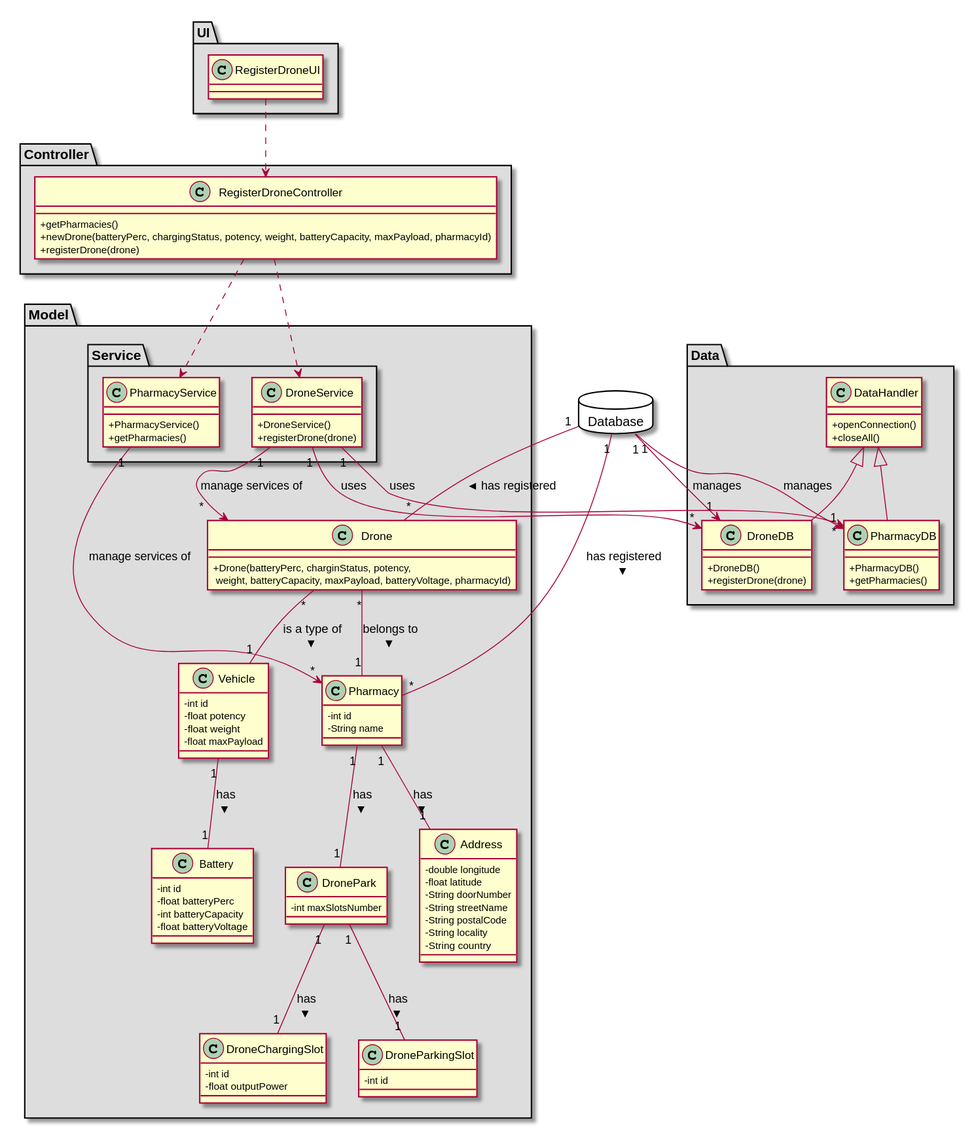
Before: docs/Iteration 2/Drone Management/US193_RegisterDrone/US193_CD.svg, a diagram exported from PlantUML (tiagoavcosta25/LAPR3).
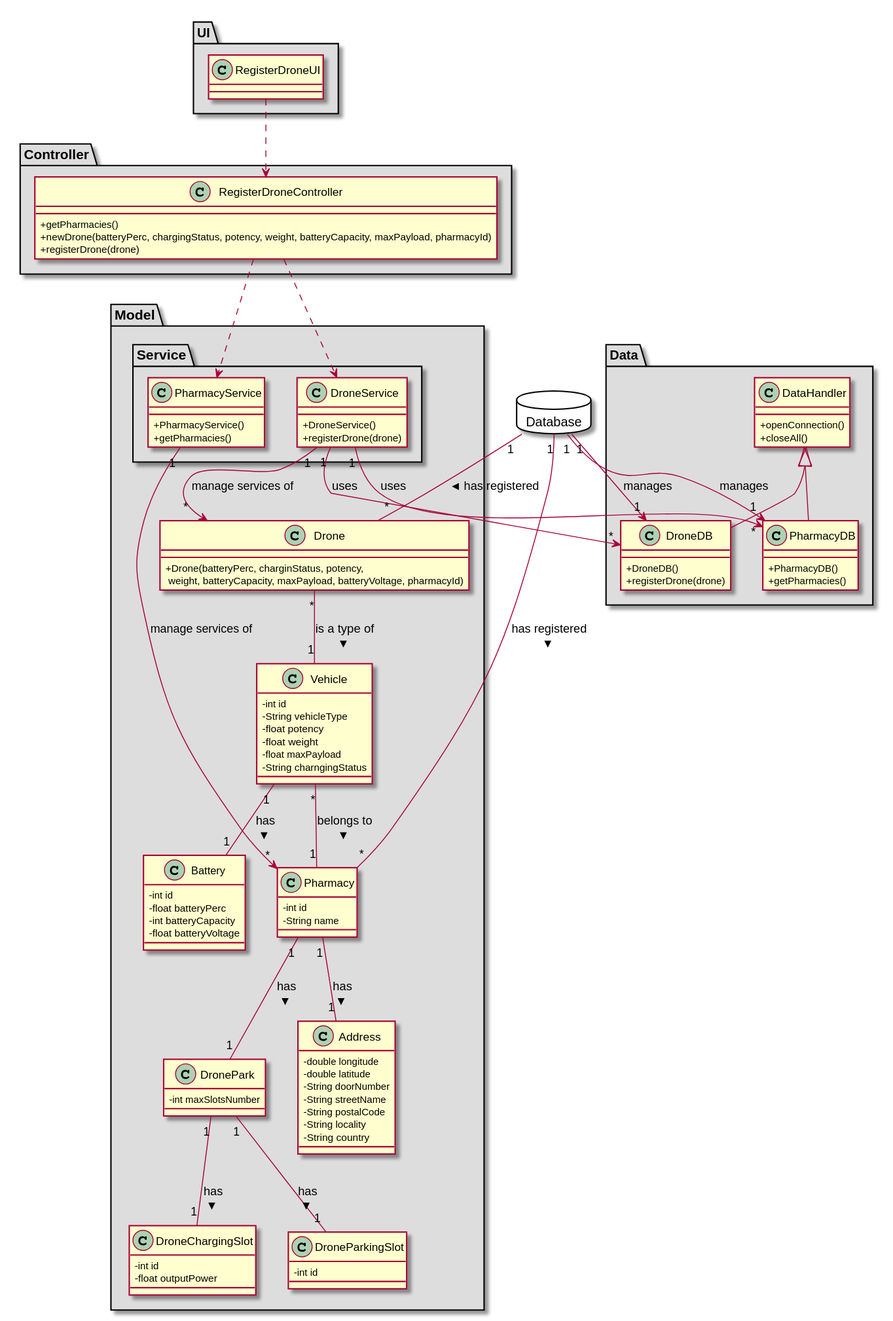
The same diagram one commit later.

Commit message:
LAPR2AP2-233 #fixing Register Drone [Design]

What changed in the source:
```diff
@@ -51,9 +51,11 @@
 
 class Vehicle{
   -int id
+  -String vehicleType
   -float potency
   -float weight
   -float maxPayload
+  -String charngingStatus
 }
 
 class Battery{
@@ -65,7 +67,7 @@
 
 class Address{
   -double longitude
-  -float latitude
+  -double latitude
   -String doorNumber
   -String streetName
   -String postalCode
@@ -114,7 +116,7 @@
 
 Vehicle "1" -- "1" Battery : has >
 Drone "*" -- "1" Vehicle : is a type of >
-Drone "*" -- "1" Pharmacy : belongs to >
+Vehicle "*" -- "1" Pharmacy : belongs to >
 Pharmacy "1" -- "1" Address : has >
 Pharmacy "1" -- "1" DronePark : has >
 DronePark "1" -- "1" DroneChargingSlot : has >
```
